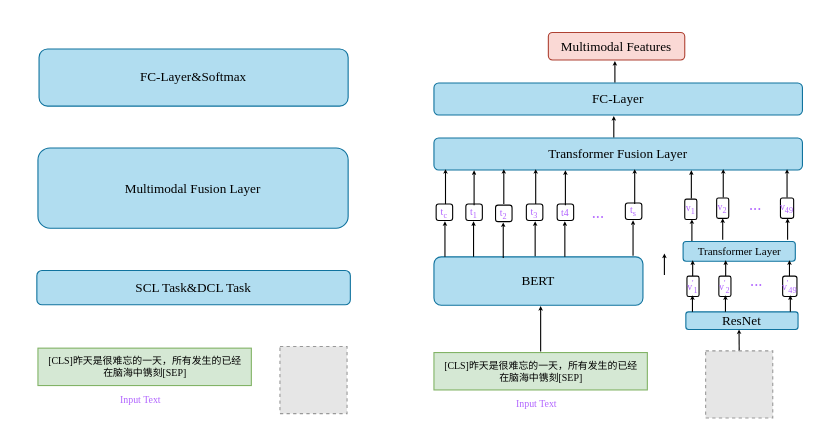
This is 模型架构图.drawio from WindSearcher/draw_reposity, a draw.io file, before an edit. Source tidied: cells renumbered, new cells numbered last; positions are measured from the earlier drawing's top-left corner, leaving out a move shared by most shapes. Both pictures are drawn from the tidied source at 110%, with x=0, y=0 at pixel (36, 32). Pictures stored in the file or linked from it are replaced by grey dashed boxes.
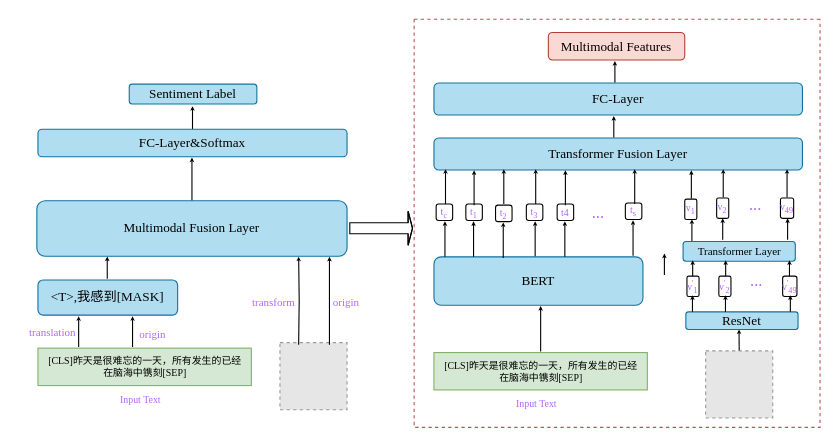
The same page after the edit.

Commit message:
模型架构图.drawio

The edit, as a diff of the source:
```diff
@@
+    <mxCell id="61" style="edgeStyle=orthogonalEdgeStyle;rounded=0;jumpSize=1;jettySize=auto;html=1;fontFamily=Times New Roman;fontSize=1;fontColor=#B266FF;startSize=1;endSize=1;" parent="1" edge="1" source="55">
+      <mxGeometry relative="1" as="geometry">
+        <mxPoint x="141" y="113.7" as="targetPoint" />
+      </mxGeometry>
+    </mxCell>
     <mxCell id="55" value="&lt;font face=&quot;Times New Roman&quot;&gt;Multimodal Fusion Layer&lt;/font&gt;" style="rounded=1;whiteSpace=wrap;html=1;fillColor=#b1ddf0;strokeColor=#10739e;" parent="1" vertex="1">
-      <mxGeometry x="1" y="105" width="282" height="73" as="geometry" />
+      <mxGeometry y="153" width="282" height="50.5" as="geometry" />
     </mxCell>
@@
     <mxCell id="58" style="fillColor=#E6E6E6;strokeColor=#999999;dashed=1;verticalLabelPosition=bottom;verticalAlign=top;fontFamily=Times New Roman;fontSize=9;fontColor=#B266FF;" parent="1" vertex="1">
-      <mxGeometry x="221" y="285.5" width="61" height="61" as="geometry" />
+      <mxGeometry x="221" y="282" width="61" height="61" as="geometry" />
     </mxCell>
+    <mxCell id="62" style="edgeStyle=orthogonalEdgeStyle;rounded=0;jumpSize=1;jettySize=auto;html=1;fontFamily=Times New Roman;fontSize=1;fontColor=#B266FF;startSize=1;endSize=1;" parent="1" edge="1" source="59">
+      <mxGeometry relative="1" as="geometry">
+        <mxPoint x="141.5" y="67" as="targetPoint" />
+      </mxGeometry>
+    </mxCell>
     <mxCell id="59" value="&lt;font face=&quot;Times New Roman&quot;&gt;FC-Layer&amp;amp;Softmax&lt;/font&gt;" style="rounded=1;whiteSpace=wrap;html=1;fillColor=#b1ddf0;strokeColor=#10739e;" parent="1" vertex="1">
-      <mxGeometry x="2" y="15" width="281" height="52" as="geometry" />
+      <mxGeometry x="1" y="88" width="281" height="25" as="geometry" />
     </mxCell>
-    <mxCell id="60" value="&lt;font face=&quot;Times New Roman&quot;&gt;SCL Task&amp;amp;DCL Task&lt;br&gt;&lt;/font&gt;" style="rounded=1;whiteSpace=wrap;html=1;fillColor=#b1ddf0;strokeColor=#10739e;" parent="1" vertex="1">
-      <mxGeometry y="216.4" width="285" height="31.2" as="geometry" />
+    <mxCell id="60" value="&lt;font face=&quot;Times New Roman&quot;&gt;&amp;lt;T&amp;gt;,我感到[MASK]&lt;/font&gt;" style="rounded=1;whiteSpace=wrap;html=1;fillColor=#b1ddf0;strokeColor=#10739e;" parent="1" vertex="1">
+      <mxGeometry x="1" y="225" width="127" height="32" as="geometry" />
     </mxCell>
+    <mxCell id="63" style="edgeStyle=orthogonalEdgeStyle;rounded=0;jumpSize=1;orthogonalLoop=1;jettySize=auto;html=1;fontFamily=Times New Roman;fontSize=15;fontColor=#B266FF;startSize=1;endSize=1;" parent="1" edge="1">
+      <mxGeometry relative="1" as="geometry">
+        <mxPoint x="38" y="286" as="sourcePoint" />
+        <mxPoint x="38" y="258" as="targetPoint" />
+      </mxGeometry>
+    </mxCell>
+    <mxCell id="64" style="edgeStyle=orthogonalEdgeStyle;rounded=0;jumpSize=1;orthogonalLoop=1;jettySize=auto;html=1;fontFamily=Times New Roman;fontSize=15;fontColor=#B266FF;startSize=1;endSize=1;" parent="1" edge="1">
+      <mxGeometry relative="1" as="geometry">
+        <mxPoint x="87" y="286" as="sourcePoint" />
+        <mxPoint x="87" y="258" as="targetPoint" />
+      </mxGeometry>
+    </mxCell>
+    <mxCell id="65" value="origin" style="text;html=1;align=center;verticalAlign=middle;fillColor=none;strokeColor=none;rounded=0;fontFamily=Times New Roman;fontSize=10;fontColor=#B266FF;" parent="1" vertex="1">
+      <mxGeometry x="84" y="262" width="42" height="24" as="geometry" />
+    </mxCell>
+    <mxCell id="66" value="translation" style="text;html=1;align=center;verticalAlign=middle;fillColor=none;strokeColor=none;rounded=0;fontFamily=Times New Roman;fontSize=10;fontColor=#B266FF;" parent="1" vertex="1">
+      <mxGeometry x="-16" y="260" width="60" height="24" as="geometry" />
+    </mxCell>
+    <mxCell id="67" style="edgeStyle=orthogonalEdgeStyle;rounded=0;jumpSize=1;jettySize=auto;html=1;fontFamily=Times New Roman;fontSize=15;fontColor=#B266FF;startSize=1;endSize=1;entryX=0.844;entryY=1.007;entryDx=0;entryDy=0;entryPerimeter=0;" parent="1" edge="1" target="55">
+      <mxGeometry relative="1" as="geometry">
+        <mxPoint x="238" y="284" as="sourcePoint" />
+      </mxGeometry>
+    </mxCell>
+    <mxCell id="68" style="edgeStyle=orthogonalEdgeStyle;rounded=0;jumpSize=1;orthogonalLoop=1;jettySize=auto;html=1;fontFamily=Times New Roman;fontSize=15;fontColor=#B266FF;startSize=1;endSize=1;" parent="1" edge="1">
+      <mxGeometry relative="1" as="geometry">
+        <mxPoint x="64" y="224" as="sourcePoint" />
+        <mxPoint x="64" y="203.7" as="targetPoint" />
+      </mxGeometry>
+    </mxCell>
+    <mxCell id="69" style="edgeStyle=orthogonalEdgeStyle;rounded=0;jumpSize=1;orthogonalLoop=1;jettySize=auto;html=1;fontFamily=Times New Roman;fontSize=15;fontColor=#B266FF;startSize=1;endSize=1;entryX=0.844;entryY=1.007;entryDx=0;entryDy=0;entryPerimeter=0;" parent="1" edge="1">
+      <mxGeometry relative="1" as="geometry">
+        <mxPoint x="266" y="284" as="sourcePoint" />
+        <mxPoint x="266" y="204" as="targetPoint" />
+      </mxGeometry>
+    </mxCell>
+    <mxCell id="70" value="origin" style="text;html=1;align=center;verticalAlign=middle;fillColor=none;strokeColor=none;rounded=0;fontFamily=Times New Roman;fontSize=10;fontColor=#B266FF;" parent="1" vertex="1">
+      <mxGeometry x="260" y="233" width="42" height="24" as="geometry" />
+    </mxCell>
+    <mxCell id="71" value="transform" style="text;html=1;align=center;verticalAlign=middle;fillColor=none;strokeColor=none;rounded=0;fontFamily=Times New Roman;fontSize=10;fontColor=#B266FF;" parent="1" vertex="1">
+      <mxGeometry x="186" y="233" width="57" height="24" as="geometry" />
+    </mxCell>
+    <mxCell id="72" style="shape=flexArrow;endArrow=classic;html=1;rounded=0;fontFamily=Times New Roman;fontSize=10;fontColor=#B266FF;startSize=1;endSize=1;jumpSize=1;" parent="1" edge="1">
+      <mxGeometry relative="1" as="geometry">
+        <mxPoint x="284" y="178" as="sourcePoint" />
+        <mxPoint x="342" y="178" as="targetPoint" />
+        <Array as="points">
+          <mxPoint x="296" y="178" />
+        </Array>
+      </mxGeometry>
+    </mxCell>
+    <mxCell id="73" style="swimlane;startSize=0;fontFamily=Times New Roman;fontSize=1;fontStyle=0;strokeColor=#b85450;dashed=1;perimeterSpacing=1;fillColor=#f8cecc;gradientColor=#ea6b66;swimlaneLine=1;" parent="1" vertex="1">
+      <mxGeometry x="343" y="-12" width="369" height="371" as="geometry" />
+    </mxCell>
+    <mxCell id="74" value="&lt;font face=&quot;Times New Roman&quot;&gt;Sentiment Label&lt;br&gt;&lt;/font&gt;" style="rounded=1;whiteSpace=wrap;html=1;fillColor=#b1ddf0;strokeColor=#10739e;" parent="1" vertex="1">
+      <mxGeometry x="84" y="47" width="116" height="18" as="geometry" />
+    </mxCell>
```
